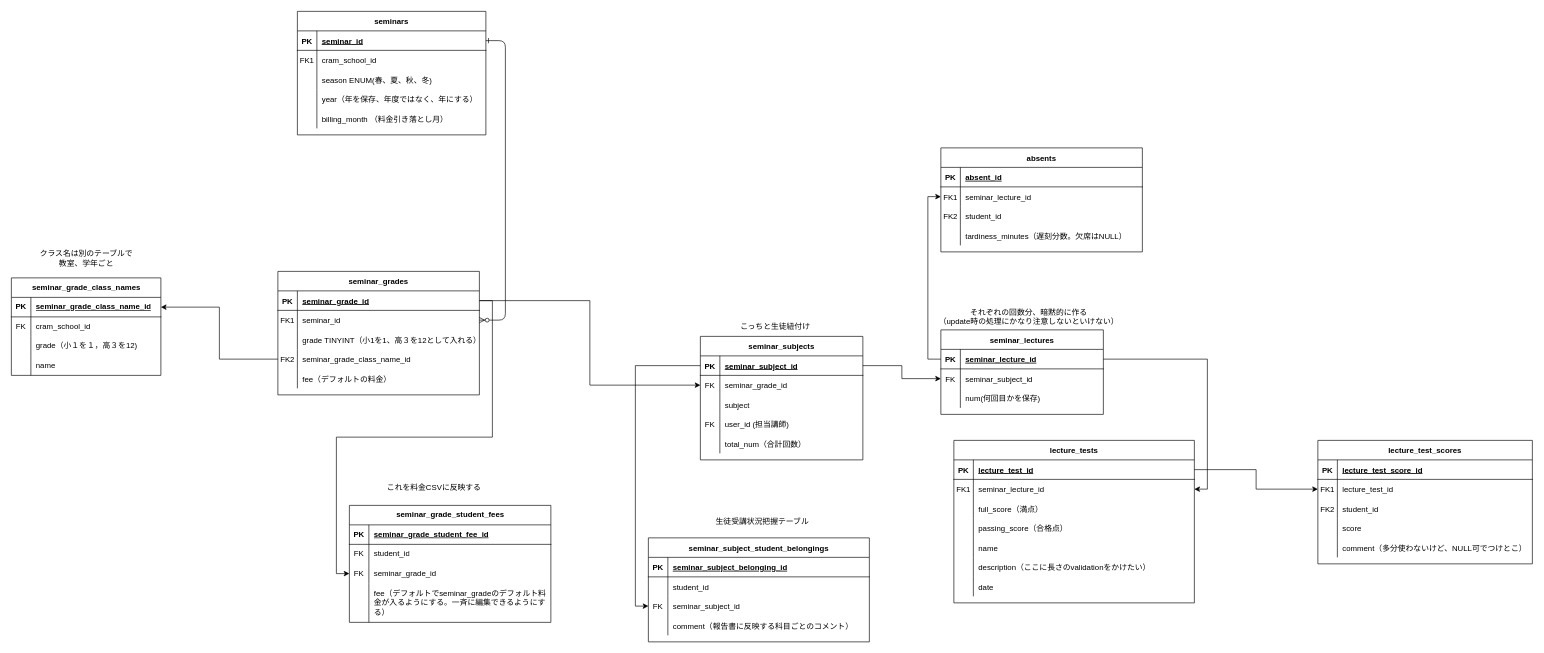
This is 講習会.drawio from satoru817/4eachkeijiban, a draw.io file, before an edit. Source tidied: cells renumbered, new cells numbered last; positions are measured from the earlier drawing's top-left corner, leaving out a move shared by most shapes. Both pictures are drawn from the tidied source at 65%, with x=0, y=0 at pixel (11, 11).
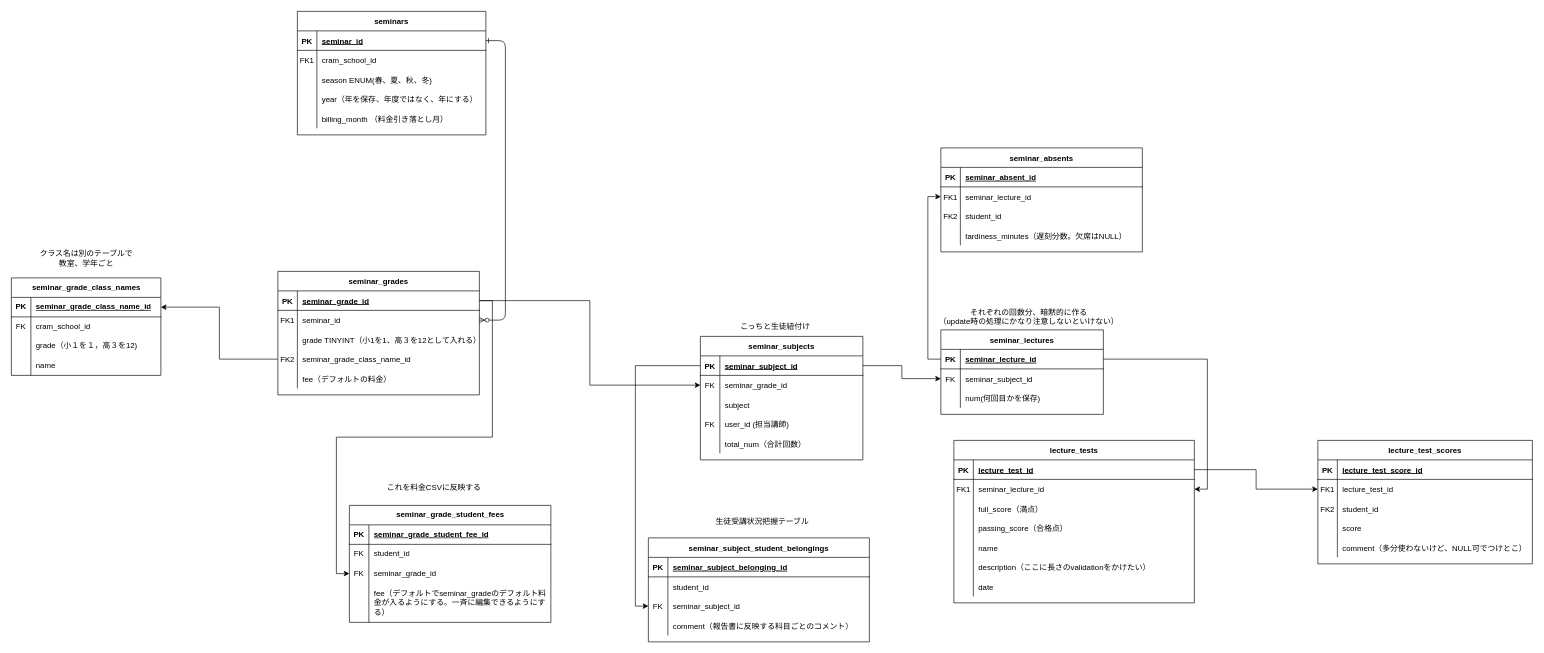
After the change.

Commit message:
講習会.drawio を更新します

Unchanged cells that the change refers to:
```xml
<mxCell id="80" style="shape=partialRectangle;fillColor=none;top=0;left=0;right=0;bottom=1;" parent="79" vertex="1">
  <mxGeometry y="30" width="310" height="30" as="geometry" />
</mxCell>
```

What changed in the source:
```diff
@@
-    <mxCell id="79" value="absents" style="shape=table;startSize=30;childLayout=tableLayout;rowLines=0;fontStyle=1;align=center;" parent="1" vertex="1">
+    <mxCell id="79" value="seminar_absents" style="shape=table;startSize=30;childLayout=tableLayout;rowLines=0;fontStyle=1;align=center;" parent="1" vertex="1">
       <mxGeometry x="1430" y="210" width="310" height="160" as="geometry" />
     </mxCell>
@@
-    <mxCell id="82" value="absent_id " style="shape=partialRectangle;overflow=hidden;fillColor=none;top=0;left=0;bottom=0;right=0;align=left;spacingLeft=6;fontStyle=5;" parent="80" vertex="1">
+    <mxCell id="82" value="seminar_absent_id" style="shape=partialRectangle;overflow=hidden;fillColor=none;top=0;left=0;bottom=0;right=0;align=left;spacingLeft=6;fontStyle=5;" parent="80" vertex="1">
       <mxGeometry x="30" width="280" height="30" as="geometry" />
     </mxCell>
```
